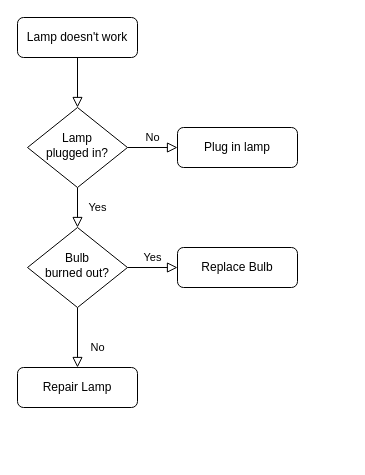
Earlier version of the draw.io diagram Lab2/Untitled Diagram.drawio (Pritesh-Surolia/22122155-MDS273L-JAVA). Source tidied: cells renumbered, new cells numbered last; positions are measured from the earlier drawing's top-left corner, leaving out a move shared by most shapes. Both pictures are drawn from the tidied source at 100%, with x=0, y=0 at pixel (17, 17).
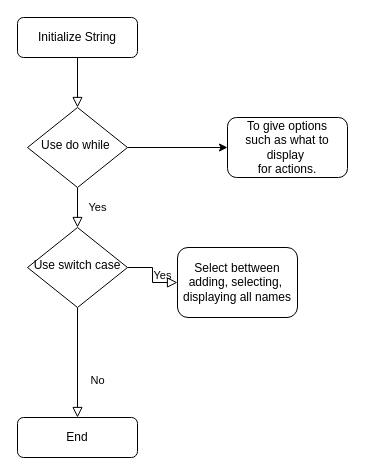
The same page after the edit.

Diff of the diagram source:
```diff
@@
 <mxGraphModel>
   <root>
     <mxCell id="0" />
     <mxCell id="1" parent="0" />
     <mxCell id="2" style="rounded=0;html=1;jettySize=auto;fontSize=11;endArrow=block;endFill=0;endSize=8;strokeWidth=1;shadow=0;labelBackgroundColor=none;edgeStyle=orthogonalEdgeStyle;" parent="1" edge="1" source="3" target="6">
       <mxGeometry relative="1" as="geometry" />
     </mxCell>
-    <mxCell id="3" value="Lamp doesn't work" style="rounded=1;whiteSpace=wrap;html=1;fontSize=12;glass=0;strokeWidth=1;shadow=0;" parent="1" vertex="1">
+    <mxCell id="3" value="Initialize String" style="rounded=1;whiteSpace=wrap;html=1;fontSize=12;glass=0;strokeWidth=1;shadow=0;" parent="1" vertex="1">
       <mxGeometry width="120" height="40" as="geometry" />
     </mxCell>
     <mxCell id="4" value="Yes" style="rounded=0;html=1;jettySize=auto;fontSize=11;endArrow=block;endFill=0;endSize=8;strokeWidth=1;shadow=0;labelBackgroundColor=none;edgeStyle=orthogonalEdgeStyle;" parent="1" edge="1" source="6" target="10">
       <mxGeometry y="20" relative="1" as="geometry" />
     </mxCell>
-    <mxCell id="5" value="No" style="edgeStyle=orthogonalEdgeStyle;rounded=0;html=1;jettySize=auto;fontSize=11;endArrow=block;endFill=0;endSize=8;strokeWidth=1;shadow=0;labelBackgroundColor=none;" parent="1" edge="1" source="6" target="7">
-      <mxGeometry y="10" relative="1" as="geometry" />
-    </mxCell>
+    <mxCell id="13" style="edgeStyle=orthogonalEdgeStyle;rounded=0;jettySize=auto;html=1;exitX=1;exitY=0.5;exitDx=0;exitDy=0;" parent="1" edge="1" source="6" target="14">
+      <mxGeometry relative="1" as="geometry" />
+    </mxCell>
-    <mxCell id="6" value="Lamp&lt;br&gt;plugged in?" style="rhombus;whiteSpace=wrap;html=1;shadow=0;fontFamily=Helvetica;fontSize=12;align=center;strokeWidth=1;spacing=6;spacingTop=-4;" parent="1" vertex="1">
+    <mxCell id="6" value="Use do while&amp;nbsp;" style="rhombus;whiteSpace=wrap;html=1;shadow=0;fontFamily=Helvetica;fontSize=12;align=center;strokeWidth=1;spacing=6;spacingTop=-4;" parent="1" vertex="1">
       <mxGeometry x="10" y="90" width="100" height="80" as="geometry" />
     </mxCell>
-    <mxCell id="7" value="Plug in lamp" style="rounded=1;whiteSpace=wrap;html=1;fontSize=12;glass=0;strokeWidth=1;shadow=0;" parent="1" vertex="1">
-      <mxGeometry x="160" y="110" width="120" height="40" as="geometry" />
-    </mxCell>
     <mxCell id="8" value="No" style="rounded=0;html=1;jettySize=auto;fontSize=11;endArrow=block;endFill=0;endSize=8;strokeWidth=1;shadow=0;labelBackgroundColor=none;edgeStyle=orthogonalEdgeStyle;" parent="1" edge="1" source="10" target="11">
       <mxGeometry x="0.33" y="20" relative="1" as="geometry" />
     </mxCell>
     <mxCell id="9" value="Yes" style="edgeStyle=orthogonalEdgeStyle;rounded=0;html=1;jettySize=auto;fontSize=11;endArrow=block;endFill=0;endSize=8;strokeWidth=1;shadow=0;labelBackgroundColor=none;" parent="1" edge="1" source="10" target="12">
       <mxGeometry y="10" relative="1" as="geometry" />
     </mxCell>
-    <mxCell id="10" value="Bulb&lt;br&gt;burned out?" style="rhombus;whiteSpace=wrap;html=1;shadow=0;fontFamily=Helvetica;fontSize=12;align=center;strokeWidth=1;spacing=6;spacingTop=-4;" parent="1" vertex="1">
+    <mxCell id="10" value="Use switch case" style="rhombus;whiteSpace=wrap;html=1;shadow=0;fontFamily=Helvetica;fontSize=12;align=center;strokeWidth=1;spacing=6;spacingTop=-4;" parent="1" vertex="1">
       <mxGeometry x="10" y="210" width="100" height="80" as="geometry" />
     </mxCell>
-    <mxCell id="11" value="Repair Lamp" style="rounded=1;whiteSpace=wrap;html=1;fontSize=12;glass=0;strokeWidth=1;shadow=0;" parent="1" vertex="1">
-      <mxGeometry y="350" width="120" height="40" as="geometry" />
+    <mxCell id="11" value="End" style="rounded=1;whiteSpace=wrap;html=1;fontSize=12;glass=0;strokeWidth=1;shadow=0;" parent="1" vertex="1">
+      <mxGeometry y="400" width="120" height="40" as="geometry" />
     </mxCell>
-    <mxCell id="12" value="Replace Bulb" style="rounded=1;whiteSpace=wrap;html=1;fontSize=12;glass=0;strokeWidth=1;shadow=0;" parent="1" vertex="1">
-      <mxGeometry x="160" y="230" width="120" height="40" as="geometry" />
+    <mxCell id="12" value="Select bettween&lt;br&gt;adding, selecting,&amp;nbsp;&lt;br&gt;displaying all names" style="rounded=1;whiteSpace=wrap;html=1;fontSize=12;glass=0;strokeWidth=1;shadow=0;" parent="1" vertex="1">
+      <mxGeometry x="160" y="230" width="120" height="70" as="geometry" />
     </mxCell>
+    <mxCell id="14" value="To give options&lt;br&gt;such as what to display&amp;nbsp;&lt;br&gt;for actions." style="rounded=1;whiteSpace=wrap;html=1;" parent="1" vertex="1">
+      <mxGeometry x="210" y="100" width="120" height="60" as="geometry" />
+    </mxCell>
   </root>
 </mxGraphModel>
```
